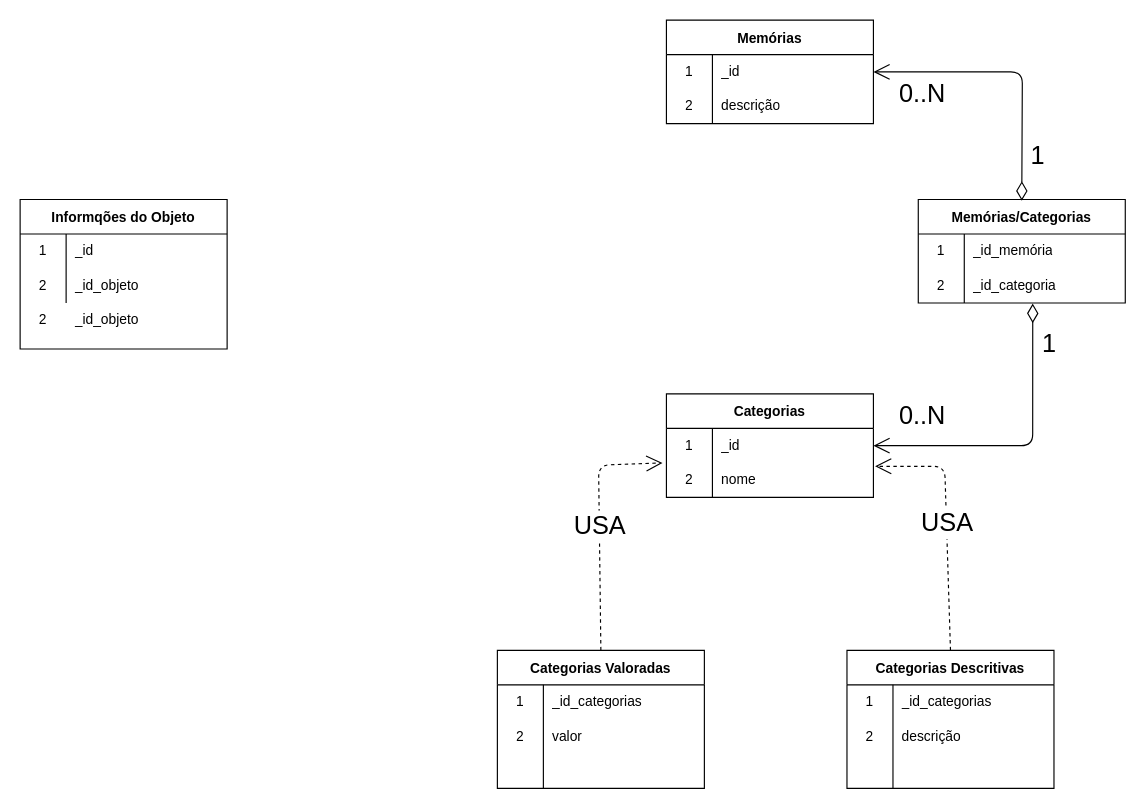
Earlier version of the draw.io diagram docs/diagrama_de_dados_aurora.drawio (marvinho-tn/aurora). Source tidied: cells renumbered, new cells numbered last; positions are measured from the earlier drawing's top-left corner, leaving out a move shared by most shapes. Both pictures are drawn from the tidied source at 115%, with x=0, y=0 at pixel (20, 20).
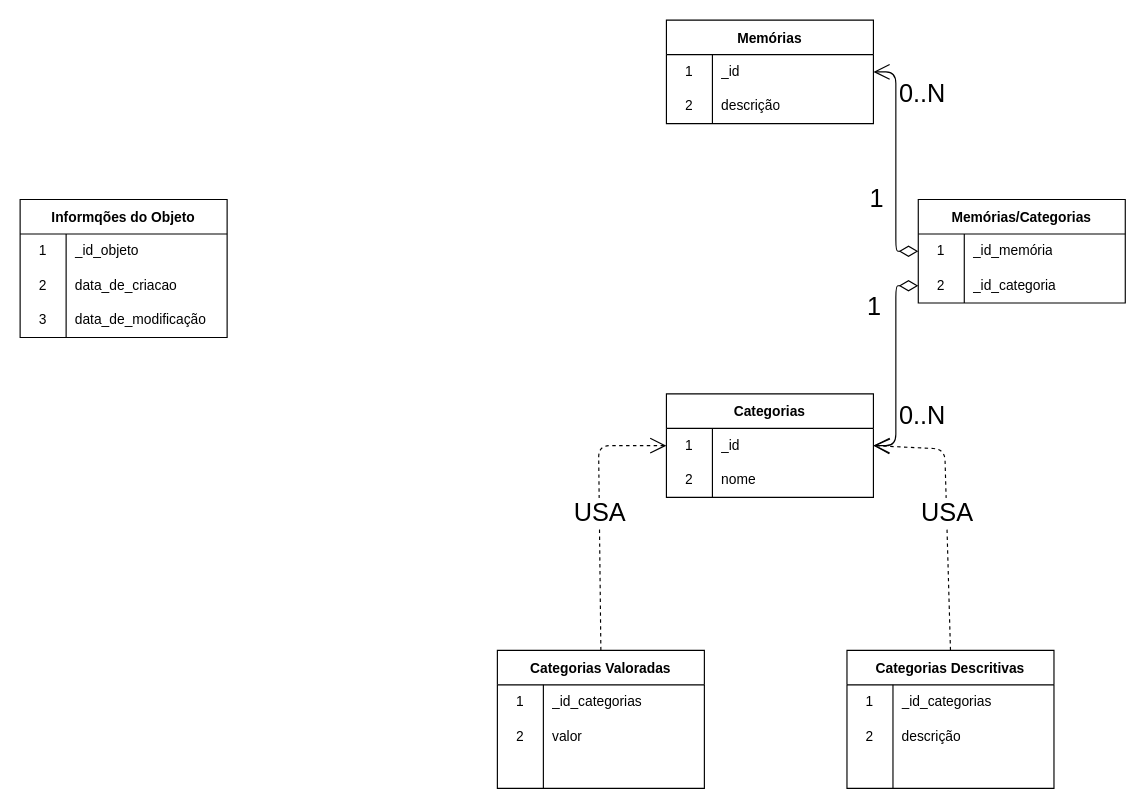
Above is the later version.

The change refers to these unchanged cells:
```xml
<mxCell id="3" style="shape=tableRow;horizontal=0;startSize=0;swimlaneHead=0;swimlaneBody=0;top=0;left=0;bottom=0;right=0;fillColor=none;points=[[0,0.5],[1,0.5]];portConstraint=eastwest;" parent="2" vertex="1">
  <mxGeometry y="30" width="180" height="30" as="geometry" />
</mxCell>
<mxCell id="9" value="Categorias Descritivas" style="shape=table;startSize=30;childLayout=tableLayout;rowLines=0;fontStyle=1;" parent="1" vertex="1">
  <mxGeometry x="719" y="548" width="180" height="120" as="geometry" />
</mxCell>
<mxCell id="20" style="shape=tableRow;horizontal=0;startSize=0;swimlaneHead=0;swimlaneBody=0;top=0;left=0;bottom=0;right=0;fillColor=none;points=[[0,0.5],[1,0.5]];portConstraint=eastwest;" parent="19" vertex="1">
  <mxGeometry y="30" width="180" height="30" as="geometry" />
</mxCell>
<mxCell id="23" style="shape=tableRow;horizontal=0;startSize=0;swimlaneHead=0;swimlaneBody=0;top=0;left=0;bottom=0;right=0;fillColor=none;points=[[0,0.5],[1,0.5]];portConstraint=eastwest;" parent="19" vertex="1">
  <mxGeometry y="60" width="180" height="30" as="geometry" />
</mxCell>
<mxCell id="26" value="Categorias Valoradas" style="shape=table;startSize=30;childLayout=tableLayout;rowLines=0;fontStyle=1;" parent="1" vertex="1">
  <mxGeometry x="415" y="548" width="180" height="120" as="geometry" />
</mxCell>
<mxCell id="39" style="shape=tableRow;horizontal=0;startSize=0;swimlaneHead=0;swimlaneBody=0;top=0;left=0;bottom=0;right=0;fillColor=none;points=[[0,0.5],[1,0.5]];portConstraint=eastwest;" parent="38" vertex="1">
  <mxGeometry y="30" width="180" height="30" as="geometry" />
</mxCell>
<mxCell id="42" style="shape=tableRow;horizontal=0;startSize=0;swimlaneHead=0;swimlaneBody=0;top=0;left=0;bottom=0;right=0;fillColor=none;points=[[0,0.5],[1,0.5]];portConstraint=eastwest;" parent="38" vertex="1">
  <mxGeometry y="60" width="180" height="30" as="geometry" />
</mxCell>
```

Change to the diagram source:
```diff
@@
-    <mxCell id="36" value="&lt;font style=&quot;font-size: 22px;&quot;&gt;USA&lt;/font&gt;" style="endArrow=open;endSize=12;dashed=1;html=1;entryX=-0.019;entryY=0;entryDx=0;entryDy=0;entryPerimeter=0;exitX=0.5;exitY=0;exitDx=0;exitDy=0;" parent="1" edge="1" source="26" target="23">
+    <mxCell id="36" value="&lt;font style=&quot;font-size: 22px;&quot;&gt;USA&lt;/font&gt;" style="endArrow=open;endSize=12;dashed=1;html=1;exitX=0.5;exitY=0;exitDx=0;exitDy=0;entryX=0;entryY=0.5;entryDx=0;entryDy=0;" parent="1" edge="1" source="26" target="20">
       <mxGeometry relative="1" as="geometry">
         <Array as="points">
-          <mxPoint x="503" y="387" />
+          <mxPoint x="503" y="370" />
         </Array>
       </mxGeometry>
     </mxCell>
-    <mxCell id="37" value="&lt;font style=&quot;font-size: 22px;&quot;&gt;USA&lt;/font&gt;" style="endArrow=open;endSize=12;dashed=1;html=1;entryX=1.008;entryY=0.1;entryDx=0;entryDy=0;entryPerimeter=0;exitX=0.5;exitY=0;exitDx=0;exitDy=0;" parent="1" edge="1" source="9" target="23">
+    <mxCell id="37" value="&lt;font style=&quot;font-size: 22px;&quot;&gt;USA&lt;/font&gt;" style="endArrow=open;endSize=12;dashed=1;html=1;entryX=1;entryY=0.5;entryDx=0;entryDy=0;exitX=0.5;exitY=0;exitDx=0;exitDy=0;" parent="1" edge="1" source="9" target="20">
       <mxGeometry relative="1" as="geometry">
         <Array as="points">
-          <mxPoint x="804" y="388" />
+          <mxPoint x="804" y="373" />
         </Array>
       </mxGeometry>
     </mxCell>
@@
-    <mxCell id="45" style="endArrow=open;html=1;endSize=12;startArrow=diamondThin;startSize=14;startFill=0;edgeStyle=orthogonalEdgeStyle;entryX=1;entryY=0.5;entryDx=0;entryDy=0;exitX=0.553;exitY=1.017;exitDx=0;exitDy=0;exitPerimeter=0;" parent="1" edge="1" source="42" target="20">
+    <mxCell id="45" style="endArrow=open;html=1;endSize=12;startArrow=diamondThin;startSize=14;startFill=0;edgeStyle=orthogonalEdgeStyle;entryX=1;entryY=0.5;entryDx=0;entryDy=0;exitX=0;exitY=0.5;exitDx=0;exitDy=0;" parent="1" edge="1" source="42" target="20">
       <mxGeometry relative="1" as="geometry" />
     </mxCell>
     <mxCell id="46" value="1" style="edgeLabel;html=1;align=left;verticalAlign=top;fontSize=22;" parent="45" vertex="1">
       <mxGeometry x="-1" relative="1" as="geometry">
-        <mxPoint x="6" y="15" as="offset" />
+        <mxPoint x="-46" y="-1" as="offset" />
       </mxGeometry>
     </mxCell>
@@
-    <mxCell id="48" style="endArrow=open;html=1;endSize=12;startArrow=diamondThin;startSize=14;startFill=0;edgeStyle=orthogonalEdgeStyle;entryX=1;entryY=0.5;entryDx=0;entryDy=0;" parent="1" edge="1" target="3">
-      <mxGeometry relative="1" as="geometry">
-        <mxPoint x="871" y="157" as="sourcePoint" />
-      </mxGeometry>
+    <mxCell id="48" style="endArrow=open;html=1;endSize=12;startArrow=diamondThin;startSize=14;startFill=0;edgeStyle=orthogonalEdgeStyle;entryX=1;entryY=0.5;entryDx=0;entryDy=0;exitX=0;exitY=0.5;exitDx=0;exitDy=0;" parent="1" edge="1" source="39" target="3">
+      <mxGeometry relative="1" as="geometry" />
     </mxCell>
     <mxCell id="49" value="1" style="edgeLabel;html=1;align=left;verticalAlign=top;fontSize=22;" parent="48" vertex="1">
       <mxGeometry x="-1" relative="1" as="geometry">
-        <mxPoint x="6" y="-58" as="offset" />
+        <mxPoint x="-44" y="-65" as="offset" />
       </mxGeometry>
     </mxCell>
@@
     <mxCell id="51" value="Informqões do Objeto" style="shape=table;startSize=30;childLayout=tableLayout;rowLines=0;fontStyle=1;" parent="1" vertex="1">
-      <mxGeometry y="156" width="180" height="130" as="geometry" />
+      <mxGeometry y="156" width="180" height="120" as="geometry" />
     </mxCell>
-    <mxCell id="52" style="shape=tableRow;horizontal=0;startSize=0;swimlaneHead=0;swimlaneBody=0;top=0;left=0;bottom=0;right=0;fillColor=none;" parent="51" vertex="1">
-      <mxGeometry y="30" width="180" height="30" as="geometry" />
-    </mxCell>
-    <mxCell id="53" value="1" style="shape=partialRectangle;html=1;whiteSpace=wrap;fillColor=none;top=0;left=0;bottom=0;right=0;overflow=hidden;" parent="52" vertex="1">
-      <mxGeometry width="40" height="30" as="geometry" />
-    </mxCell>
-    <mxCell id="54" value="_id" style="shape=partialRectangle;html=1;whiteSpace=wrap;fillColor=none;top=0;left=0;bottom=0;right=0;align=left;spacingLeft=6;overflow=hidden;" parent="52" vertex="1">
-      <mxGeometry x="40" width="140" height="30" as="geometry" />
-    </mxCell>
     <mxCell id="55" style="shape=tableRow;horizontal=0;startSize=0;swimlaneHead=0;swimlaneBody=0;top=0;left=0;bottom=0;right=0;fillColor=none;" parent="51" vertex="1">
-      <mxGeometry y="60" width="180" height="30" as="geometry" />
+      <mxGeometry y="30" width="180" height="30" as="geometry" />
     </mxCell>
-    <mxCell id="56" value="2" style="shape=partialRectangle;html=1;whiteSpace=wrap;fillColor=none;top=0;left=0;bottom=0;right=0;overflow=hidden;" parent="55" vertex="1">
+    <mxCell id="56" value="1" style="shape=partialRectangle;html=1;whiteSpace=wrap;fillColor=none;top=0;left=0;bottom=0;right=0;overflow=hidden;" parent="55" vertex="1">
       <mxGeometry width="40" height="30" as="geometry" />
     </mxCell>
@@
+    <mxCell id="60" style="shape=tableRow;horizontal=0;startSize=0;swimlaneHead=0;swimlaneBody=0;top=0;left=0;bottom=0;right=0;fillColor=none;" parent="51" vertex="1">
+      <mxGeometry y="60" width="180" height="30" as="geometry" />
+    </mxCell>
-    <mxCell id="58" value="2" style="shape=partialRectangle;html=1;whiteSpace=wrap;fillColor=none;top=0;left=0;bottom=0;right=0;overflow=hidden;" parent="1" vertex="1">
-      <mxGeometry y="246" width="40" height="30" as="geometry" />
+    <mxCell id="58" value="2" style="shape=partialRectangle;html=1;whiteSpace=wrap;fillColor=none;top=0;left=0;bottom=0;right=0;overflow=hidden;" parent="60" vertex="1">
+      <mxGeometry width="40" height="30" as="geometry" />
     </mxCell>
-    <mxCell id="59" value="_id_objeto" style="shape=partialRectangle;html=1;whiteSpace=wrap;fillColor=none;top=0;left=0;bottom=0;right=0;align=left;spacingLeft=6;overflow=hidden;" parent="1" vertex="1">
-      <mxGeometry x="40" y="246" width="140" height="30" as="geometry" />
-    </mxCell>
+    <mxCell id="61" value="data_de_criacao" style="shape=partialRectangle;html=1;whiteSpace=wrap;fillColor=none;top=0;left=0;bottom=0;right=0;align=left;spacingLeft=6;overflow=hidden;" parent="60" vertex="1">
+      <mxGeometry x="40" width="140" height="30" as="geometry" />
+    </mxCell>
+    <mxCell id="62" style="shape=tableRow;horizontal=0;startSize=0;swimlaneHead=0;swimlaneBody=0;top=0;left=0;bottom=0;right=0;fillColor=none;" parent="51" vertex="1">
+      <mxGeometry y="90" width="180" height="30" as="geometry" />
+    </mxCell>
+    <mxCell id="63" value="3" style="shape=partialRectangle;html=1;whiteSpace=wrap;fillColor=none;top=0;left=0;bottom=0;right=0;overflow=hidden;" parent="62" vertex="1">
+      <mxGeometry width="40" height="30" as="geometry" />
+    </mxCell>
+    <mxCell id="64" value="data_de_modificação" style="shape=partialRectangle;html=1;whiteSpace=wrap;fillColor=none;top=0;left=0;bottom=0;right=0;align=left;spacingLeft=6;overflow=hidden;" parent="62" vertex="1">
+      <mxGeometry x="40" width="140" height="30" as="geometry" />
+    </mxCell>
```
